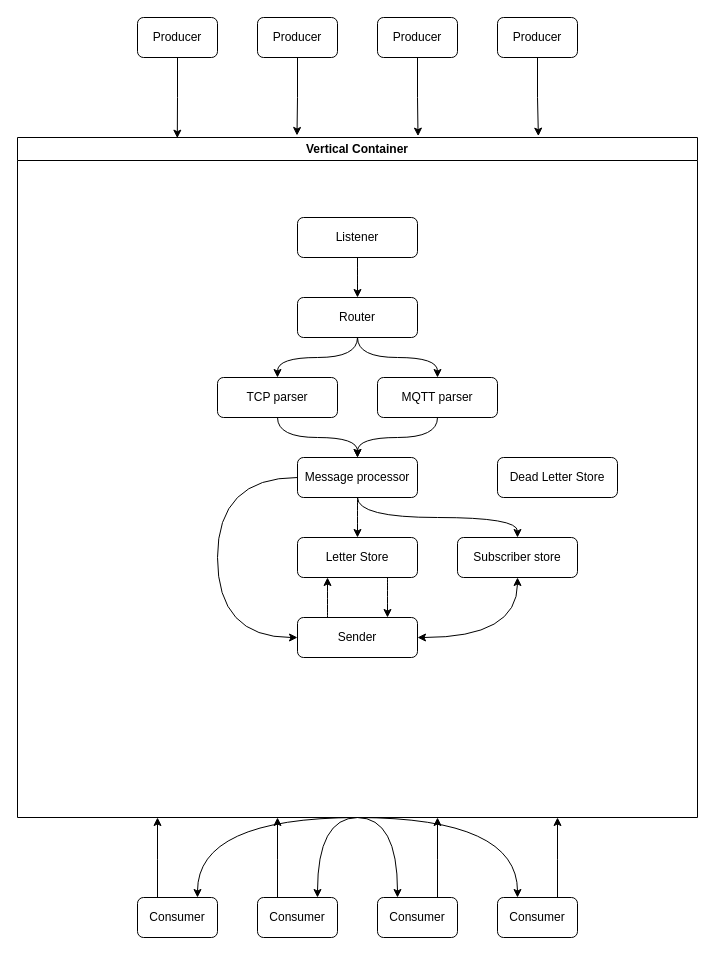
This is page "Flowchart" (1 of 2) of project_2/diagrams/Project2.drawio from StefanB0/PTR-Labs, a draw.io file, before an edit. Source tidied: cells renumbered, new cells numbered last; positions are measured from the earlier drawing's top-left corner, leaving out a move shared by most shapes. Both pictures are drawn from the tidied source at 100%, with x=0, y=0 at pixel (17, 17).
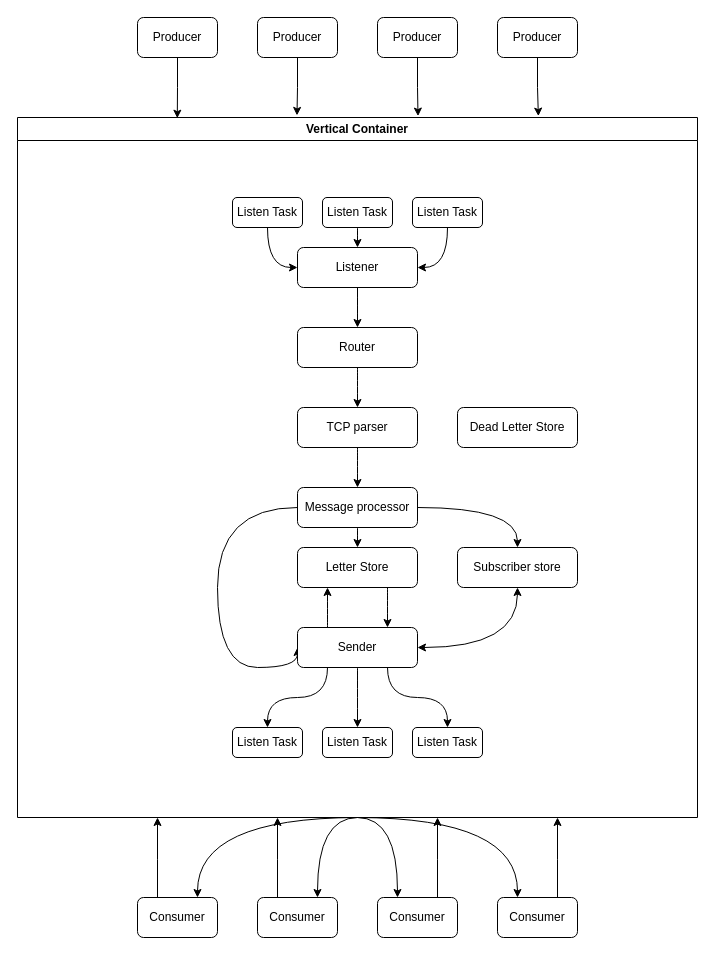
Above is the later version.

What changed in the source:
```diff
@@
-    <mxCell id="2" style="edgeStyle=orthogonalEdgeStyle;curved=1;rounded=0;jettySize=auto;html=1;exitX=0.5;exitY=1;exitDx=0;exitDy=0;" parent="1" edge="1" source="3">
-      <mxGeometry relative="1" as="geometry">
-        <mxPoint x="340" y="280" as="targetPoint" />
-      </mxGeometry>
-    </mxCell>
-    <mxCell id="3" value="Listener" style="rounded=1;whiteSpace=wrap;html=1;" parent="1" vertex="1">
-      <mxGeometry x="280" y="200" width="120" height="40" as="geometry" />
-    </mxCell>
-    <mxCell id="4" style="edgeStyle=orthogonalEdgeStyle;curved=1;rounded=0;jettySize=auto;html=1;exitX=0.5;exitY=1;exitDx=0;exitDy=0;entryX=0.5;entryY=0;entryDx=0;entryDy=0;" parent="1" edge="1" source="6" target="8">
-      <mxGeometry relative="1" as="geometry" />
-    </mxCell>
-    <mxCell id="5" style="edgeStyle=orthogonalEdgeStyle;curved=1;rounded=0;jettySize=auto;html=1;exitX=0.5;exitY=1;exitDx=0;exitDy=0;entryX=0.5;entryY=0;entryDx=0;entryDy=0;" parent="1" edge="1" source="6" target="10">
-      <mxGeometry relative="1" as="geometry" />
-    </mxCell>
-    <mxCell id="6" value="Router" style="rounded=1;whiteSpace=wrap;html=1;" parent="1" vertex="1">
-      <mxGeometry x="280" y="280" width="120" height="40" as="geometry" />
-    </mxCell>
-    <mxCell id="7" style="edgeStyle=orthogonalEdgeStyle;curved=1;rounded=0;jettySize=auto;html=1;exitX=0.5;exitY=1;exitDx=0;exitDy=0;entryX=0.5;entryY=0;entryDx=0;entryDy=0;" parent="1" edge="1" source="8" target="14">
-      <mxGeometry relative="1" as="geometry" />
-    </mxCell>
-    <mxCell id="8" value="TCP parser" style="rounded=1;whiteSpace=wrap;html=1;" parent="1" vertex="1">
-      <mxGeometry x="200" y="360" width="120" height="40" as="geometry" />
-    </mxCell>
-    <mxCell id="9" style="edgeStyle=orthogonalEdgeStyle;curved=1;rounded=0;jettySize=auto;html=1;exitX=0.5;exitY=1;exitDx=0;exitDy=0;entryX=0.5;entryY=0;entryDx=0;entryDy=0;" parent="1" edge="1" source="10" target="14">
-      <mxGeometry relative="1" as="geometry" />
-    </mxCell>
-    <mxCell id="10" value="MQTT parser" style="rounded=1;whiteSpace=wrap;html=1;" parent="1" vertex="1">
-      <mxGeometry x="360" y="360" width="120" height="40" as="geometry" />
-    </mxCell>
-    <mxCell id="11" style="edgeStyle=orthogonalEdgeStyle;curved=1;rounded=0;jettySize=auto;html=1;exitX=0.5;exitY=1;exitDx=0;exitDy=0;entryX=0.5;entryY=0;entryDx=0;entryDy=0;" parent="1" edge="1" source="14" target="31">
-      <mxGeometry relative="1" as="geometry" />
-    </mxCell>
-    <mxCell id="12" style="edgeStyle=orthogonalEdgeStyle;curved=1;rounded=0;jettySize=auto;html=1;exitX=0.5;exitY=1;exitDx=0;exitDy=0;entryX=0.5;entryY=0;entryDx=0;entryDy=0;" parent="1" edge="1" source="14" target="29">
-      <mxGeometry relative="1" as="geometry" />
-    </mxCell>
-    <mxCell id="13" style="edgeStyle=orthogonalEdgeStyle;rounded=0;jettySize=auto;html=1;exitX=0;exitY=0.5;exitDx=0;exitDy=0;entryX=0;entryY=0.5;entryDx=0;entryDy=0;curved=1;" parent="1" edge="1" source="14" target="33">
-      <mxGeometry relative="1" as="geometry">
-        <Array as="points">
-          <mxPoint x="200" y="460" />
-          <mxPoint x="200" y="620" />
-        </Array>
-      </mxGeometry>
-    </mxCell>
-    <mxCell id="14" value="Message processor" style="rounded=1;whiteSpace=wrap;html=1;" parent="1" vertex="1">
-      <mxGeometry x="280" y="440" width="120" height="40" as="geometry" />
-    </mxCell>
@@
     <mxCell id="27" value="Vertical Container" style="swimlane;whiteSpace=wrap;html=1;" parent="1" vertex="1">
-      <mxGeometry y="120" width="680" height="680" as="geometry" />
+      <mxGeometry y="100" width="680" height="700" as="geometry" />
     </mxCell>
+    <mxCell id="2" style="edgeStyle=orthogonalEdgeStyle;curved=1;rounded=0;jettySize=auto;html=1;exitX=0.5;exitY=1;exitDx=0;exitDy=0;" parent="27" edge="1" source="3">
+      <mxGeometry relative="1" as="geometry">
+        <mxPoint x="340" y="210" as="targetPoint" />
+      </mxGeometry>
+    </mxCell>
+    <mxCell id="3" value="Listener" style="rounded=1;whiteSpace=wrap;html=1;" parent="27" vertex="1">
+      <mxGeometry x="280" y="130" width="120" height="40" as="geometry" />
+    </mxCell>
+    <mxCell id="4" style="edgeStyle=orthogonalEdgeStyle;curved=1;rounded=0;jettySize=auto;html=1;exitX=0.5;exitY=1;exitDx=0;exitDy=0;entryX=0.5;entryY=0;entryDx=0;entryDy=0;" parent="27" edge="1" source="6" target="8">
+      <mxGeometry relative="1" as="geometry" />
+    </mxCell>
+    <mxCell id="6" value="Router" style="rounded=1;whiteSpace=wrap;html=1;" parent="27" vertex="1">
+      <mxGeometry x="280" y="210" width="120" height="40" as="geometry" />
+    </mxCell>
+    <mxCell id="7" style="edgeStyle=orthogonalEdgeStyle;curved=1;rounded=0;jettySize=auto;html=1;exitX=0.5;exitY=1;exitDx=0;exitDy=0;entryX=0.5;entryY=0;entryDx=0;entryDy=0;" parent="27" edge="1" source="8" target="14">
+      <mxGeometry relative="1" as="geometry" />
+    </mxCell>
+    <mxCell id="11" style="edgeStyle=orthogonalEdgeStyle;curved=1;rounded=0;jettySize=auto;html=1;exitX=0.5;exitY=1;exitDx=0;exitDy=0;entryX=0.5;entryY=0;entryDx=0;entryDy=0;" parent="27" edge="1" source="14" target="31">
+      <mxGeometry relative="1" as="geometry" />
+    </mxCell>
+    <mxCell id="12" style="edgeStyle=orthogonalEdgeStyle;curved=1;rounded=0;jettySize=auto;html=1;exitX=1;exitY=0.5;exitDx=0;exitDy=0;entryX=0.5;entryY=0;entryDx=0;entryDy=0;" parent="27" edge="1" source="14" target="29">
+      <mxGeometry relative="1" as="geometry" />
+    </mxCell>
+    <mxCell id="13" style="edgeStyle=orthogonalEdgeStyle;rounded=0;jettySize=auto;html=1;exitX=0;exitY=0.5;exitDx=0;exitDy=0;entryX=0;entryY=0.5;entryDx=0;entryDy=0;curved=1;" parent="27" edge="1" source="14" target="33">
+      <mxGeometry relative="1" as="geometry">
+        <Array as="points">
+          <mxPoint x="200" y="390" />
+          <mxPoint x="200" y="550" />
+        </Array>
+      </mxGeometry>
+    </mxCell>
+    <mxCell id="14" value="Message processor" style="rounded=1;whiteSpace=wrap;html=1;" parent="27" vertex="1">
+      <mxGeometry x="280" y="370" width="120" height="40" as="geometry" />
+    </mxCell>
@@
     <mxCell id="29" value="Subscriber store" style="rounded=1;whiteSpace=wrap;html=1;" parent="27" vertex="1">
-      <mxGeometry x="440" y="400" width="120" height="40" as="geometry" />
+      <mxGeometry x="440" y="430" width="120" height="40" as="geometry" />
     </mxCell>
@@
     <mxCell id="31" value="Letter Store" style="rounded=1;whiteSpace=wrap;html=1;" parent="27" vertex="1">
-      <mxGeometry x="280" y="400" width="120" height="40" as="geometry" />
+      <mxGeometry x="280" y="430" width="120" height="40" as="geometry" />
     </mxCell>
@@
+    <mxCell id="43" style="edgeStyle=orthogonalEdgeStyle;curved=1;rounded=0;jettySize=auto;html=1;exitX=0.25;exitY=1;exitDx=0;exitDy=0;entryX=0.5;entryY=0;entryDx=0;entryDy=0;" parent="27" edge="1" source="33" target="49">
+      <mxGeometry relative="1" as="geometry" />
+    </mxCell>
+    <mxCell id="44" style="edgeStyle=orthogonalEdgeStyle;curved=1;rounded=0;jettySize=auto;html=1;exitX=0.5;exitY=1;exitDx=0;exitDy=0;entryX=0.5;entryY=0;entryDx=0;entryDy=0;" parent="27" edge="1" source="33" target="50">
+      <mxGeometry relative="1" as="geometry" />
+    </mxCell>
+    <mxCell id="45" style="edgeStyle=orthogonalEdgeStyle;curved=1;rounded=0;jettySize=auto;html=1;exitX=0.75;exitY=1;exitDx=0;exitDy=0;entryX=0.5;entryY=0;entryDx=0;entryDy=0;" parent="27" edge="1" source="33" target="51">
+      <mxGeometry relative="1" as="geometry" />
+    </mxCell>
     <mxCell id="33" value="Sender" style="rounded=1;whiteSpace=wrap;html=1;" parent="27" vertex="1">
-      <mxGeometry x="280" y="480" width="120" height="40" as="geometry" />
+      <mxGeometry x="280" y="510" width="120" height="40" as="geometry" />
     </mxCell>
     <mxCell id="34" value="Dead Letter Store" style="rounded=1;whiteSpace=wrap;html=1;" parent="27" vertex="1">
-      <mxGeometry x="480" y="320" width="120" height="40" as="geometry" />
+      <mxGeometry x="440" y="290" width="120" height="40" as="geometry" />
     </mxCell>
+    <mxCell id="8" value="TCP parser" style="rounded=1;whiteSpace=wrap;html=1;" parent="27" vertex="1">
+      <mxGeometry x="280" y="290" width="120" height="40" as="geometry" />
+    </mxCell>
+    <mxCell id="46" value="Listen Task" style="rounded=1;whiteSpace=wrap;html=1;" parent="27" vertex="1">
+      <mxGeometry x="215" y="80" width="70" height="30" as="geometry" />
+    </mxCell>
+    <mxCell id="47" value="Listen Task" style="rounded=1;whiteSpace=wrap;html=1;" parent="27" vertex="1">
+      <mxGeometry x="305" y="80" width="70" height="30" as="geometry" />
+    </mxCell>
+    <mxCell id="48" value="Listen Task" style="rounded=1;whiteSpace=wrap;html=1;" parent="27" vertex="1">
+      <mxGeometry x="395" y="80" width="70" height="30" as="geometry" />
+    </mxCell>
+    <mxCell id="49" value="Listen Task" style="rounded=1;whiteSpace=wrap;html=1;" parent="27" vertex="1">
+      <mxGeometry x="215" y="610" width="70" height="30" as="geometry" />
+    </mxCell>
+    <mxCell id="50" value="Listen Task" style="rounded=1;whiteSpace=wrap;html=1;" parent="27" vertex="1">
+      <mxGeometry x="305" y="610" width="70" height="30" as="geometry" />
+    </mxCell>
+    <mxCell id="51" value="Listen Task" style="rounded=1;whiteSpace=wrap;html=1;" parent="27" vertex="1">
+      <mxGeometry x="395" y="610" width="70" height="30" as="geometry" />
+    </mxCell>
+    <mxCell id="52" style="edgeStyle=orthogonalEdgeStyle;curved=1;rounded=0;jettySize=auto;html=1;exitX=0.5;exitY=1;exitDx=0;exitDy=0;entryX=0;entryY=0.5;entryDx=0;entryDy=0;" parent="27" edge="1" source="46" target="3">
+      <mxGeometry relative="1" as="geometry" />
+    </mxCell>
+    <mxCell id="53" style="edgeStyle=orthogonalEdgeStyle;curved=1;rounded=0;jettySize=auto;html=1;exitX=0.5;exitY=1;exitDx=0;exitDy=0;entryX=0.5;entryY=0;entryDx=0;entryDy=0;" parent="27" edge="1" source="47" target="3">
+      <mxGeometry relative="1" as="geometry" />
+    </mxCell>
+    <mxCell id="54" style="edgeStyle=orthogonalEdgeStyle;curved=1;rounded=0;jettySize=auto;html=1;exitX=0.5;exitY=1;exitDx=0;exitDy=0;entryX=1;entryY=0.5;entryDx=0;entryDy=0;" parent="27" edge="1" source="48" target="3">
+      <mxGeometry relative="1" as="geometry" />
+    </mxCell>
```
